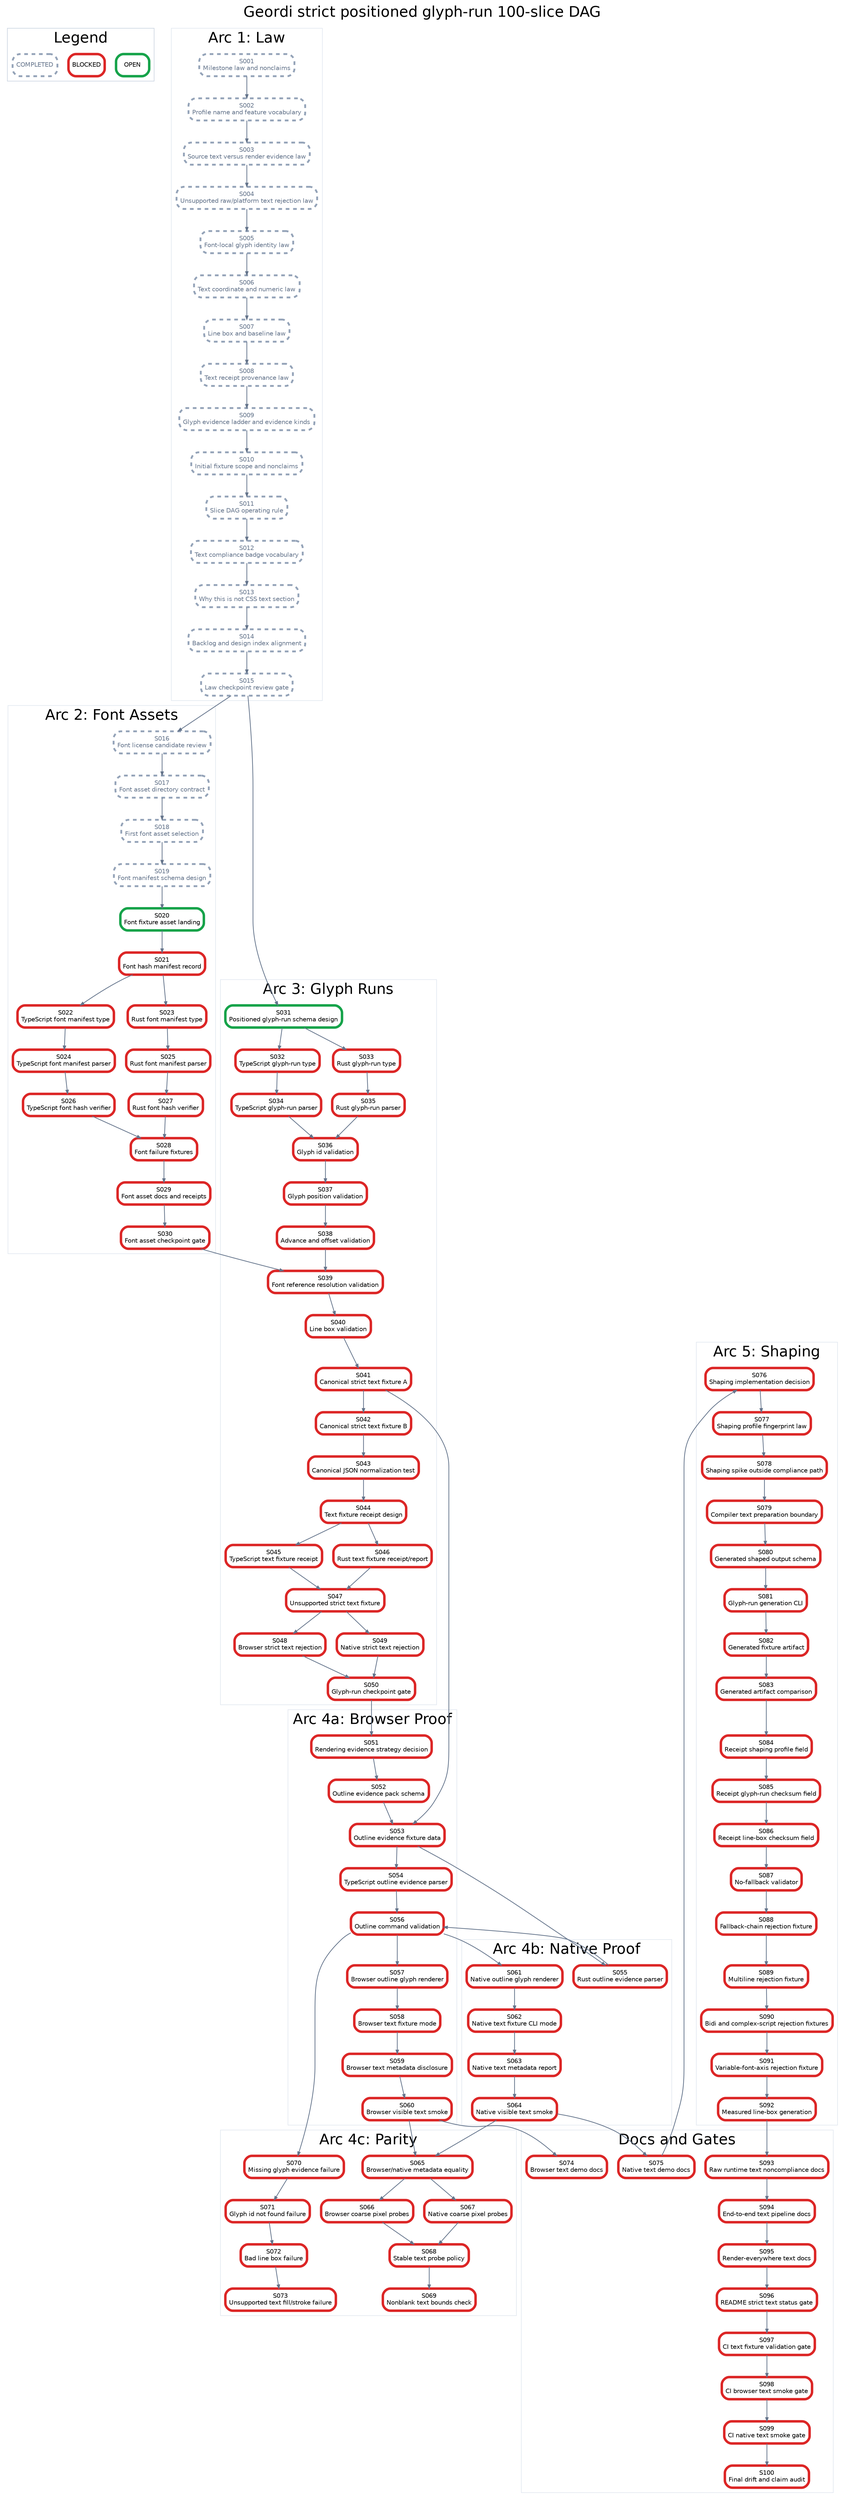
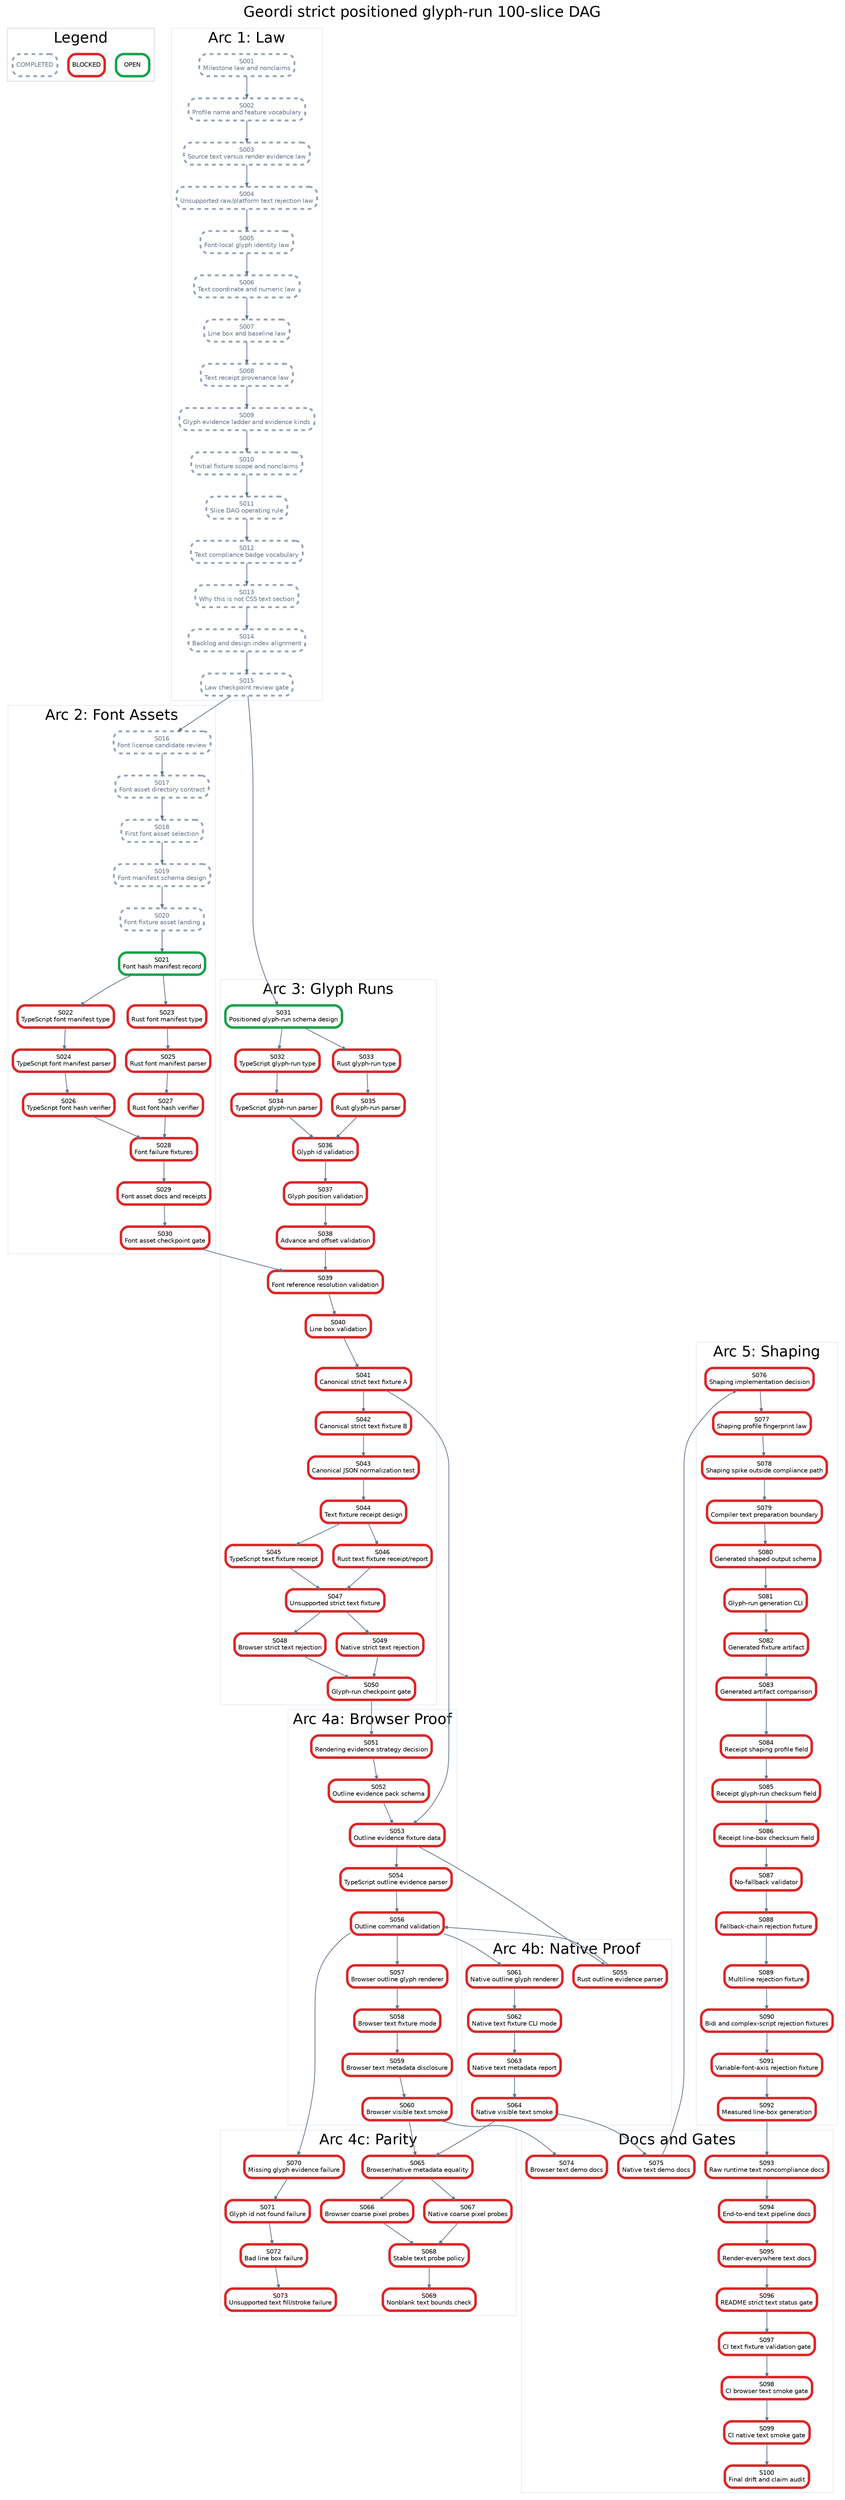
digraph StrictPositionedGlyphRunPlan {
  graph [rankdir=TB, bgcolor="white", fontname="Helvetica", label="Geordi strict positioned glyph-run 100-slice DAG", labelloc="t", fontsize=24];
  node [shape=box, style="rounded,filled", fillcolor="white", fontname="Helvetica", fontsize=10, margin="0.08,0.05"];
  edge [color="#64748b", arrowsize=0.6, penwidth=1.2];

  subgraph cluster_legend {
    label="Legend";
    color="#cbd5e1";
    legend_open [label="OPEN", color="#16a34a", penwidth=4];
    legend_blocked [label="BLOCKED", color="#dc2626", penwidth=4];
    legend_done [label="COMPLETED", color="#94a3b8", penwidth=3, style="rounded,filled,dashed", fontcolor="#64748b"];
  }

  subgraph cluster_law {
    label="Arc 1: Law";
    color="#e2e8f0";
    S001 [label="S001\nMilestone law and nonclaims", color="#94a3b8", penwidth=3, style="rounded,filled,dashed", fontcolor="#64748b"];
    S002 [label="S002\nProfile name and feature vocabulary", color="#94a3b8", penwidth=3, style="rounded,filled,dashed", fontcolor="#64748b"];
    S003 [label="S003\nSource text versus render evidence law", color="#94a3b8", penwidth=3, style="rounded,filled,dashed", fontcolor="#64748b"];
    S004 [label="S004\nUnsupported raw/platform text rejection law", color="#94a3b8", penwidth=3, style="rounded,filled,dashed", fontcolor="#64748b"];
    S005 [label="S005\nFont-local glyph identity law", color="#94a3b8", penwidth=3, style="rounded,filled,dashed", fontcolor="#64748b"];
    S006 [label="S006\nText coordinate and numeric law", color="#94a3b8", penwidth=3, style="rounded,filled,dashed", fontcolor="#64748b"];
    S007 [label="S007\nLine box and baseline law", color="#94a3b8", penwidth=3, style="rounded,filled,dashed", fontcolor="#64748b"];
    S008 [label="S008\nText receipt provenance law", color="#94a3b8", penwidth=3, style="rounded,filled,dashed", fontcolor="#64748b"];
    S009 [label="S009\nGlyph evidence ladder and evidence kinds", color="#94a3b8", penwidth=3, style="rounded,filled,dashed", fontcolor="#64748b"];
    S010 [label="S010\nInitial fixture scope and nonclaims", color="#94a3b8", penwidth=3, style="rounded,filled,dashed", fontcolor="#64748b"];
    S011 [label="S011\nSlice DAG operating rule", color="#94a3b8", penwidth=3, style="rounded,filled,dashed", fontcolor="#64748b"];
    S012 [label="S012\nText compliance badge vocabulary", color="#94a3b8", penwidth=3, style="rounded,filled,dashed", fontcolor="#64748b"];
    S013 [label="S013\nWhy this is not CSS text section", color="#94a3b8", penwidth=3, style="rounded,filled,dashed", fontcolor="#64748b"];
    S014 [label="S014\nBacklog and design index alignment", color="#94a3b8", penwidth=3, style="rounded,filled,dashed", fontcolor="#64748b"];
    S015 [label="S015\nLaw checkpoint review gate", color="#94a3b8", penwidth=3, style="rounded,filled,dashed", fontcolor="#64748b"];
  }

  subgraph cluster_assets {
    label="Arc 2: Font Assets";
    color="#e2e8f0";
    S016 [label="S016\nFont license candidate review", color="#94a3b8", penwidth=3, style="rounded,filled,dashed", fontcolor="#64748b"];
    S017 [label="S017\nFont asset directory contract", color="#94a3b8", penwidth=3, style="rounded,filled,dashed", fontcolor="#64748b"];
    S018 [label="S018\nFirst font asset selection", color="#94a3b8", penwidth=3, style="rounded,filled,dashed", fontcolor="#64748b"];
    S019 [label="S019\nFont manifest schema design", color="#94a3b8", penwidth=3, style="rounded,filled,dashed", fontcolor="#64748b"];
-     S020 [label="S020\nFont fixture asset landing", color="#16a34a", penwidth=4];
-     S021 [label="S021\nFont hash manifest record", color="#dc2626", penwidth=4];
+     S020 [label="S020\nFont fixture asset landing", color="#94a3b8", penwidth=3, style="rounded,filled,dashed", fontcolor="#64748b"];
+     S021 [label="S021\nFont hash manifest record", color="#16a34a", penwidth=4];
    S022 [label="S022\nTypeScript font manifest type", color="#dc2626", penwidth=4];
    S023 [label="S023\nRust font manifest type", color="#dc2626", penwidth=4];
    S024 [label="S024\nTypeScript font manifest parser", color="#dc2626", penwidth=4];
    S025 [label="S025\nRust font manifest parser", color="#dc2626", penwidth=4];
    S026 [label="S026\nTypeScript font hash verifier", color="#dc2626", penwidth=4];
    S027 [label="S027\nRust font hash verifier", color="#dc2626", penwidth=4];
    S028 [label="S028\nFont failure fixtures", color="#dc2626", penwidth=4];
    S029 [label="S029\nFont asset docs and receipts", color="#dc2626", penwidth=4];
    S030 [label="S030\nFont asset checkpoint gate", color="#dc2626", penwidth=4];
  }

  subgraph cluster_glyph {
    label="Arc 3: Glyph Runs";
    color="#e2e8f0";
    S031 [label="S031\nPositioned glyph-run schema design", color="#16a34a", penwidth=4];
    S032 [label="S032\nTypeScript glyph-run type", color="#dc2626", penwidth=4];
    S033 [label="S033\nRust glyph-run type", color="#dc2626", penwidth=4];
    S034 [label="S034\nTypeScript glyph-run parser", color="#dc2626", penwidth=4];
    S035 [label="S035\nRust glyph-run parser", color="#dc2626", penwidth=4];
    S036 [label="S036\nGlyph id validation", color="#dc2626", penwidth=4];
    S037 [label="S037\nGlyph position validation", color="#dc2626", penwidth=4];
    S038 [label="S038\nAdvance and offset validation", color="#dc2626", penwidth=4];
    S039 [label="S039\nFont reference resolution validation", color="#dc2626", penwidth=4];
    S040 [label="S040\nLine box validation", color="#dc2626", penwidth=4];
    S041 [label="S041\nCanonical strict text fixture A", color="#dc2626", penwidth=4];
    S042 [label="S042\nCanonical strict text fixture B", color="#dc2626", penwidth=4];
    S043 [label="S043\nCanonical JSON normalization test", color="#dc2626", penwidth=4];
    S044 [label="S044\nText fixture receipt design", color="#dc2626", penwidth=4];
    S045 [label="S045\nTypeScript text fixture receipt", color="#dc2626", penwidth=4];
    S046 [label="S046\nRust text fixture receipt/report", color="#dc2626", penwidth=4];
    S047 [label="S047\nUnsupported strict text fixture", color="#dc2626", penwidth=4];
    S048 [label="S048\nBrowser strict text rejection", color="#dc2626", penwidth=4];
    S049 [label="S049\nNative strict text rejection", color="#dc2626", penwidth=4];
    S050 [label="S050\nGlyph-run checkpoint gate", color="#dc2626", penwidth=4];
  }

  subgraph cluster_browser {
    label="Arc 4a: Browser Proof";
    color="#e2e8f0";
    S051 [label="S051\nRendering evidence strategy decision", color="#dc2626", penwidth=4];
    S052 [label="S052\nOutline evidence pack schema", color="#dc2626", penwidth=4];
    S053 [label="S053\nOutline evidence fixture data", color="#dc2626", penwidth=4];
    S054 [label="S054\nTypeScript outline evidence parser", color="#dc2626", penwidth=4];
    S056 [label="S056\nOutline command validation", color="#dc2626", penwidth=4];
    S057 [label="S057\nBrowser outline glyph renderer", color="#dc2626", penwidth=4];
    S058 [label="S058\nBrowser text fixture mode", color="#dc2626", penwidth=4];
    S059 [label="S059\nBrowser text metadata disclosure", color="#dc2626", penwidth=4];
    S060 [label="S060\nBrowser visible text smoke", color="#dc2626", penwidth=4];
  }

  subgraph cluster_native {
    label="Arc 4b: Native Proof";
    color="#e2e8f0";
    S055 [label="S055\nRust outline evidence parser", color="#dc2626", penwidth=4];
    S061 [label="S061\nNative outline glyph renderer", color="#dc2626", penwidth=4];
    S062 [label="S062\nNative text fixture CLI mode", color="#dc2626", penwidth=4];
    S063 [label="S063\nNative text metadata report", color="#dc2626", penwidth=4];
    S064 [label="S064\nNative visible text smoke", color="#dc2626", penwidth=4];
  }

  subgraph cluster_parity {
    label="Arc 4c: Parity";
    color="#e2e8f0";
    S065 [label="S065\nBrowser/native metadata equality", color="#dc2626", penwidth=4];
    S066 [label="S066\nBrowser coarse pixel probes", color="#dc2626", penwidth=4];
    S067 [label="S067\nNative coarse pixel probes", color="#dc2626", penwidth=4];
    S068 [label="S068\nStable text probe policy", color="#dc2626", penwidth=4];
    S069 [label="S069\nNonblank text bounds check", color="#dc2626", penwidth=4];
    S070 [label="S070\nMissing glyph evidence failure", color="#dc2626", penwidth=4];
    S071 [label="S071\nGlyph id not found failure", color="#dc2626", penwidth=4];
    S072 [label="S072\nBad line box failure", color="#dc2626", penwidth=4];
    S073 [label="S073\nUnsupported text fill/stroke failure", color="#dc2626", penwidth=4];
  }

  subgraph cluster_shaping {
    label="Arc 5: Shaping";
    color="#e2e8f0";
    S076 [label="S076\nShaping implementation decision", color="#dc2626", penwidth=4];
    S077 [label="S077\nShaping profile fingerprint law", color="#dc2626", penwidth=4];
    S078 [label="S078\nShaping spike outside compliance path", color="#dc2626", penwidth=4];
    S079 [label="S079\nCompiler text preparation boundary", color="#dc2626", penwidth=4];
    S080 [label="S080\nGenerated shaped output schema", color="#dc2626", penwidth=4];
    S081 [label="S081\nGlyph-run generation CLI", color="#dc2626", penwidth=4];
    S082 [label="S082\nGenerated fixture artifact", color="#dc2626", penwidth=4];
    S083 [label="S083\nGenerated artifact comparison", color="#dc2626", penwidth=4];
    S084 [label="S084\nReceipt shaping profile field", color="#dc2626", penwidth=4];
    S085 [label="S085\nReceipt glyph-run checksum field", color="#dc2626", penwidth=4];
    S086 [label="S086\nReceipt line-box checksum field", color="#dc2626", penwidth=4];
    S087 [label="S087\nNo-fallback validator", color="#dc2626", penwidth=4];
    S088 [label="S088\nFallback-chain rejection fixture", color="#dc2626", penwidth=4];
    S089 [label="S089\nMultiline rejection fixture", color="#dc2626", penwidth=4];
    S090 [label="S090\nBidi and complex-script rejection fixtures", color="#dc2626", penwidth=4];
    S091 [label="S091\nVariable-font-axis rejection fixture", color="#dc2626", penwidth=4];
    S092 [label="S092\nMeasured line-box generation", color="#dc2626", penwidth=4];
  }

  subgraph cluster_docs {
    label="Docs and Gates";
    color="#e2e8f0";
    S074 [label="S074\nBrowser text demo docs", color="#dc2626", penwidth=4];
    S075 [label="S075\nNative text demo docs", color="#dc2626", penwidth=4];
    S093 [label="S093\nRaw runtime text noncompliance docs", color="#dc2626", penwidth=4];
    S094 [label="S094\nEnd-to-end text pipeline docs", color="#dc2626", penwidth=4];
    S095 [label="S095\nRender-everywhere text docs", color="#dc2626", penwidth=4];
    S096 [label="S096\nREADME strict text status gate", color="#dc2626", penwidth=4];
    S097 [label="S097\nCI text fixture validation gate", color="#dc2626", penwidth=4];
    S098 [label="S098\nCI browser text smoke gate", color="#dc2626", penwidth=4];
    S099 [label="S099\nCI native text smoke gate", color="#dc2626", penwidth=4];
    S100 [label="S100\nFinal drift and claim audit", color="#dc2626", penwidth=4];
  }

  S001 -> S002;
  S002 -> S003;
  S003 -> S004;
  S004 -> S005;
  S005 -> S006;
  S006 -> S007;
  S007 -> S008;
  S008 -> S009;
  S009 -> S010;
  S010 -> S011;
  S011 -> S012;
  S012 -> S013;
  S013 -> S014;
  S014 -> S015;
  S015 -> S016;
  S016 -> S017;
  S017 -> S018;
  S018 -> S019;
  S019 -> S020;
  S020 -> S021;
  S021 -> S022;
  S021 -> S023;
  S022 -> S024;
  S023 -> S025;
  S024 -> S026;
  S025 -> S027;
  S026 -> S028;
  S027 -> S028;
  S028 -> S029;
  S029 -> S030;
  S015 -> S031;
  S031 -> S032;
  S031 -> S033;
  S032 -> S034;
  S033 -> S035;
  S034 -> S036;
  S035 -> S036;
  S036 -> S037;
  S037 -> S038;
  S038 -> S039;
  S039 -> S040;
  S030 -> S039;
  S040 -> S041;
  S041 -> S042;
  S042 -> S043;
  S043 -> S044;
  S044 -> S045;
  S044 -> S046;
  S045 -> S047;
  S046 -> S047;
  S047 -> S048;
  S047 -> S049;
  S048 -> S050;
  S049 -> S050;
  S050 -> S051;
  S051 -> S052;
  S052 -> S053;
  S041 -> S053;
  S053 -> S054;
  S053 -> S055;
  S054 -> S056;
  S055 -> S056;
  S056 -> S057;
  S057 -> S058;
  S058 -> S059;
  S059 -> S060;
  S056 -> S061;
  S061 -> S062;
  S062 -> S063;
  S063 -> S064;
  S060 -> S065;
  S064 -> S065;
  S065 -> S066;
  S065 -> S067;
  S066 -> S068;
  S067 -> S068;
  S068 -> S069;
  S056 -> S070;
  S070 -> S071;
  S071 -> S072;
  S072 -> S073;
  S060 -> S074;
  S064 -> S075;
  S075 -> S076;
  S076 -> S077;
  S077 -> S078;
  S078 -> S079;
  S079 -> S080;
  S080 -> S081;
  S081 -> S082;
  S082 -> S083;
  S083 -> S084;
  S084 -> S085;
  S085 -> S086;
  S086 -> S087;
  S087 -> S088;
  S088 -> S089;
  S089 -> S090;
  S090 -> S091;
  S091 -> S092;
  S092 -> S093;
  S093 -> S094;
  S094 -> S095;
  S095 -> S096;
  S096 -> S097;
  S097 -> S098;
  S098 -> S099;
  S099 -> S100;
}
